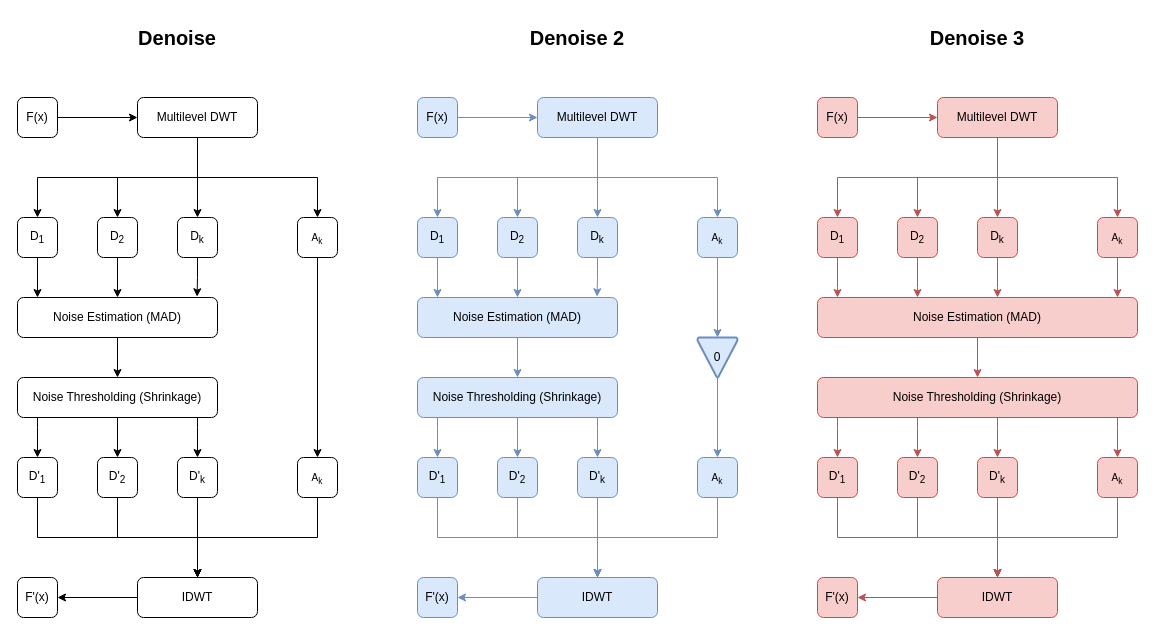
The draw.io diagram Graphs/wavelet_denoise.drawio in DanielProanoGuevara/Multimodal_SQA, before the edit. Source tidied: cells renumbered, new cells numbered last; positions are measured from the earlier drawing's top-left corner, leaving out a move shared by most shapes. Both pictures are drawn from the tidied source at 100%, with x=0, y=0 at pixel (17, 17).
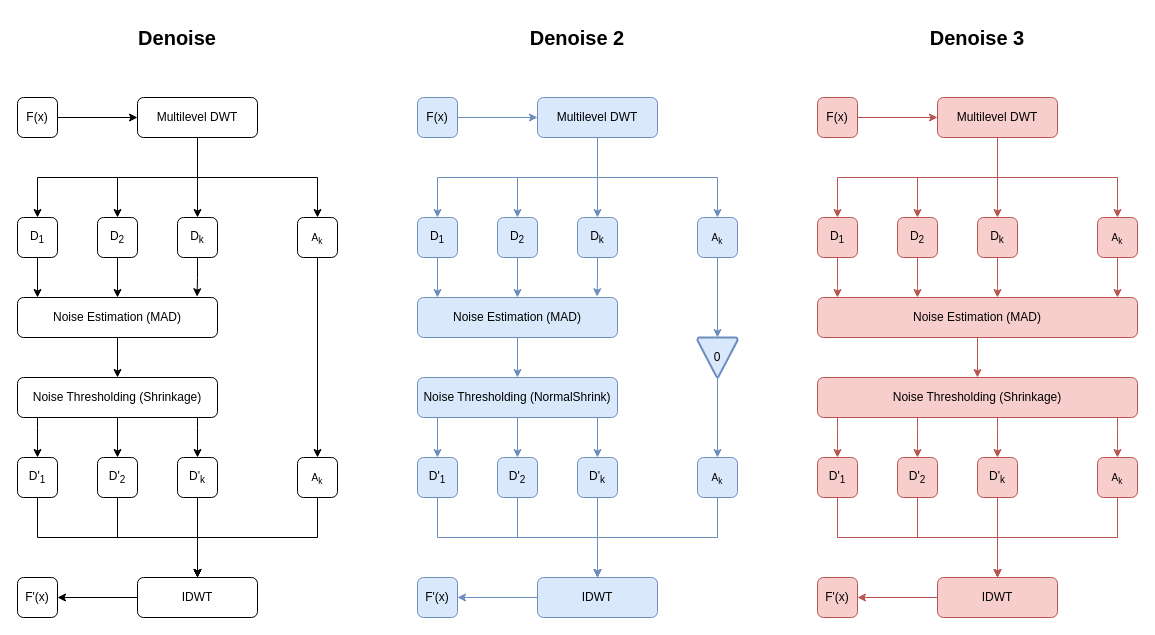
The same diagram, later.

What changed in the source:
```diff
@@
-    <mxCell id="51" value="Noise Thresholding (Shrinkage)" style="rounded=1;whiteSpace=wrap;html=1;fillColor=#dae8fc;strokeColor=#6c8ebf;" parent="1" vertex="1">
+    <mxCell id="51" value="Noise Thresholding (NormalShrink)" style="rounded=1;whiteSpace=wrap;html=1;fillColor=#dae8fc;strokeColor=#6c8ebf;" parent="1" vertex="1">
       <mxGeometry x="400" y="360" width="200" height="40" as="geometry" />
     </mxCell>
```
